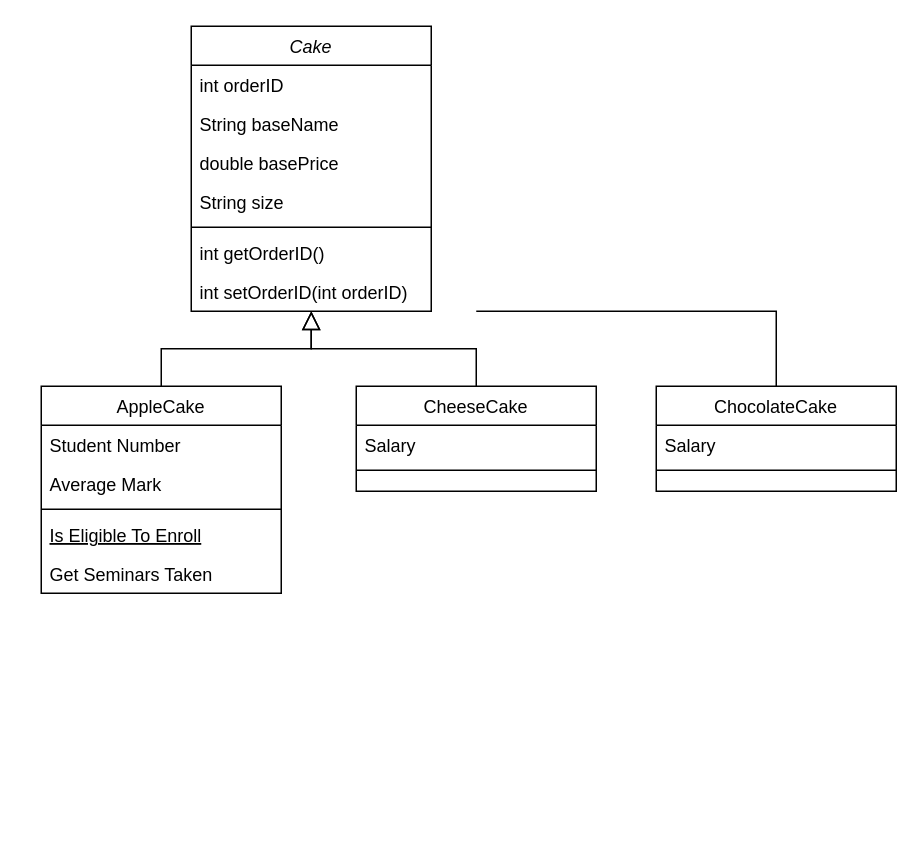
Before: CakeClasses.drawio in 152200/Cake-Shop, a draw.io diagram. Source tidied: cells renumbered, new cells numbered last; positions are measured from the earlier drawing's top-left corner, leaving out a move shared by most shapes. Both pictures are drawn from the tidied source at 150%, with x=0, y=0 at pixel (40, 26).
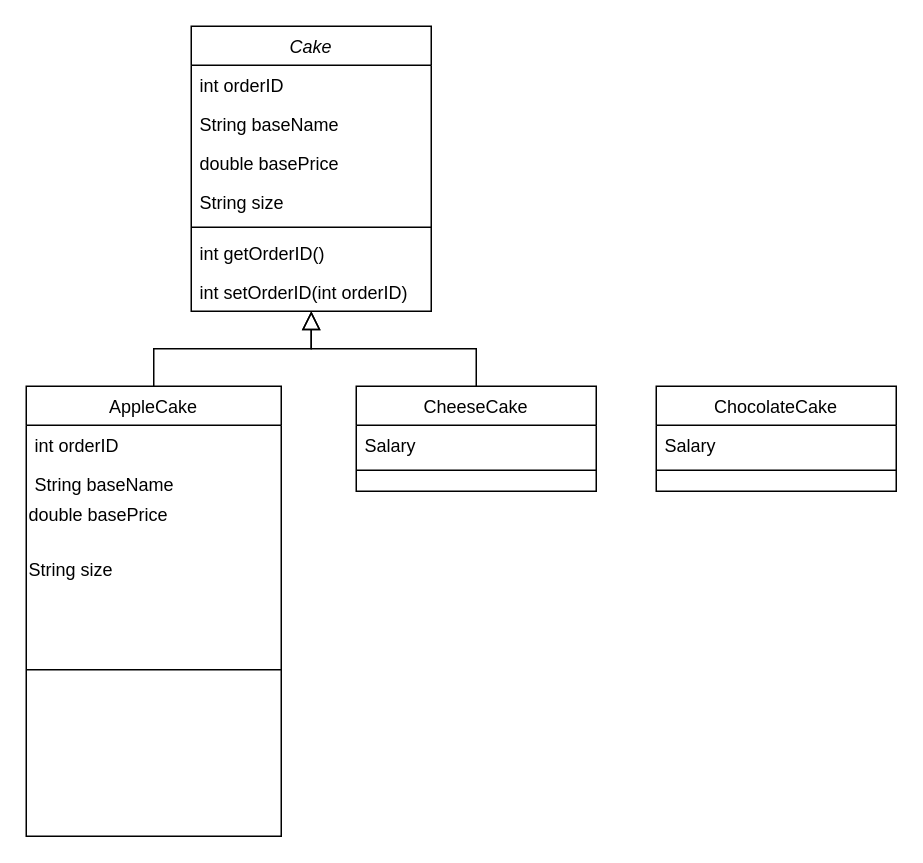
The same page after the edit.

Unchanged cells that the change refers to:
```xml
<mxCell id="22" value="ChocolateCake" style="swimlane;fontStyle=0;align=center;verticalAlign=top;horizontal=1;startSize=26;rounded=0;shadow=0;strokeWidth=1;" parent="1" vertex="1">
  <mxGeometry x="410" y="240" width="160" height="70" as="geometry" />
</mxCell>
```

Diff of the diagram source:
```diff
@@
     <mxCell id="10" value="AppleCake" style="swimlane;fontStyle=0;align=center;verticalAlign=top;horizontal=1;startSize=26;rounded=0;shadow=0;strokeWidth=1;" parent="1" vertex="1">
-      <mxGeometry y="240" width="160" height="138" as="geometry" />
+      <mxGeometry x="-10" y="240" width="170" height="300" as="geometry" />
     </mxCell>
-    <mxCell id="11" value="Student Number" style="text;align=left;verticalAlign=top;spacingLeft=4;spacingRight=4;overflow=hidden;" parent="10" vertex="1">
-      <mxGeometry y="26" width="160" height="26" as="geometry" />
+    <mxCell id="11" value="int orderID" style="text;align=left;verticalAlign=top;spacingLeft=4;spacingRight=4;overflow=hidden;" parent="10" vertex="1">
+      <mxGeometry y="26" width="170" height="26" as="geometry" />
     </mxCell>
-    <mxCell id="12" value="Average Mark" style="text;align=left;verticalAlign=top;spacingLeft=4;spacingRight=4;overflow=hidden;rounded=0;shadow=0;html=0;" parent="10" vertex="1">
-      <mxGeometry y="52" width="160" height="26" as="geometry" />
+    <mxCell id="12" value="String baseName" style="text;align=left;verticalAlign=top;spacingLeft=4;spacingRight=4;overflow=hidden;rounded=0;shadow=0;html=0;" parent="10" vertex="1">
+      <mxGeometry y="52" width="170" height="26" as="geometry" />
     </mxCell>
+    <mxCell id="25" value="double basePrice&lt;div style=&quot;padding: 0px; margin: 0px;&quot;&gt;&lt;br style=&quot;padding: 0px; margin: 0px; text-wrap-mode: nowrap;&quot;&gt;&lt;/div&gt;" style="text;html=1;whiteSpace=wrap;strokeColor=none;fillColor=none;align=left;verticalAlign=middle;rounded=0;" parent="10" vertex="1">
+      <mxGeometry y="78" width="170" height="30" as="geometry" />
+    </mxCell>
+    <mxCell id="26" value="&lt;span style=&quot;text-wrap-mode: nowrap;&quot;&gt;String size&lt;/span&gt;" style="text;html=1;whiteSpace=wrap;strokeColor=none;fillColor=none;align=left;verticalAlign=middle;rounded=0;" parent="10" vertex="1">
+      <mxGeometry y="108" width="170" height="30" as="geometry" />
+    </mxCell>
     <mxCell id="13" style="line;html=1;strokeWidth=1;align=left;verticalAlign=middle;spacingTop=-1;spacingLeft=3;spacingRight=3;labelPosition=right;" parent="10" vertex="1">
-      <mxGeometry y="78" width="160" height="8" as="geometry" />
+      <mxGeometry y="138" width="170" height="102" as="geometry" />
     </mxCell>
-    <mxCell id="14" value="Is Eligible To Enroll" style="text;align=left;verticalAlign=top;spacingLeft=4;spacingRight=4;overflow=hidden;fontStyle=4;" parent="10" vertex="1">
-      <mxGeometry y="86" width="160" height="26" as="geometry" />
-    </mxCell>
-    <mxCell id="15" value="Get Seminars Taken" style="text;align=left;verticalAlign=top;spacingLeft=4;spacingRight=4;overflow=hidden;" parent="10" vertex="1">
-      <mxGeometry y="112" width="160" height="26" as="geometry" />
-    </mxCell>
@@
-    <mxCell id="21" style="edgeStyle=orthogonalEdgeStyle;rounded=0;jettySize=auto;html=1;exitX=0.5;exitY=0;exitDx=0;exitDy=0;endArrow=none;endFill=0;" parent="1" edge="1" source="22">
-      <mxGeometry relative="1" as="geometry">
-        <mxPoint x="290" y="190" as="targetPoint" />
-        <Array as="points">
-          <mxPoint x="490" y="190" />
-        </Array>
-      </mxGeometry>
-    </mxCell>
```
